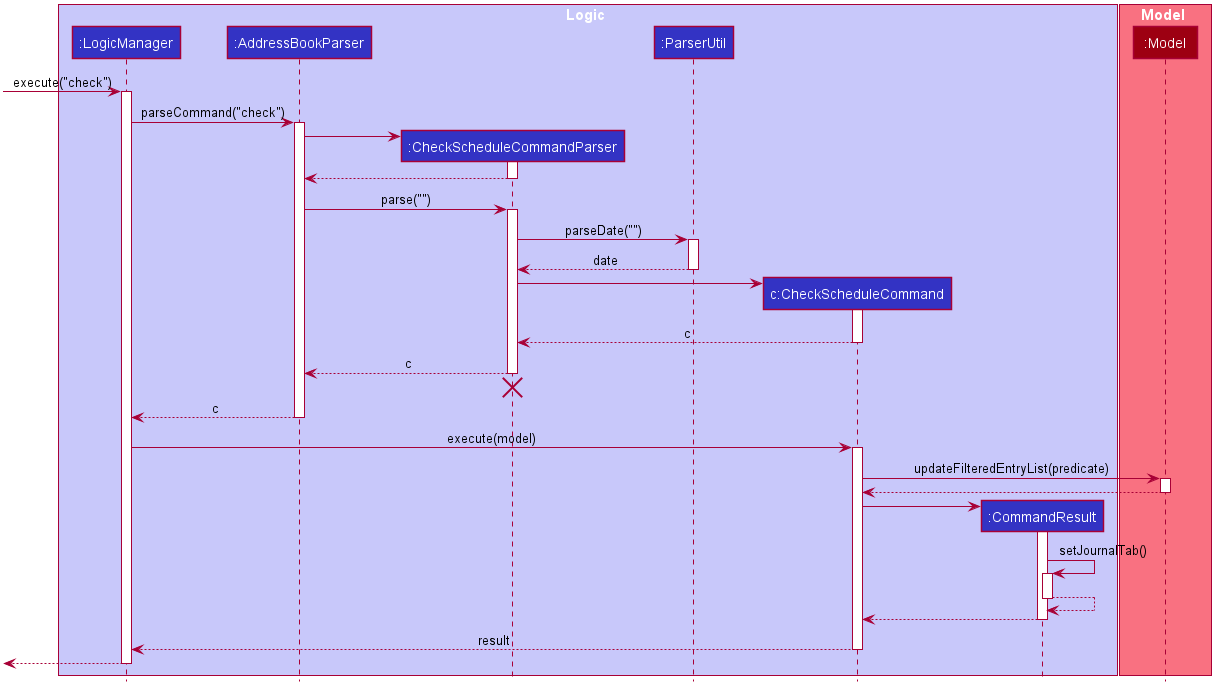
The PlantUML diagram docs/images/CheckScheduleSequenceDiagram.png in zhXchD/tp, before a commit. Its diagram source:
```plantuml
@startuml








skinparam BackgroundColor #FFFFFFF

skinparam Shadowing false

skinparam Class {
    FontColor #FFFFFF
    BorderThickness 1
    BorderColor #FFFFFF
    StereotypeFontColor #FFFFFF
    FontName Arial
}

skinparam Actor {
    BorderColor #000000
    Color #000000
    FontName Arial
}

skinparam Sequence {
    MessageAlign center
    BoxFontSize 15
    BoxPadding 0
    BoxFontColor #FFFFFF
    FontName Arial
}

skinparam Participant {
    FontColor #FFFFFFF
    Padding 20
}

skinparam MinClassWidth 50
skinparam ParticipantPadding 10
skinparam Shadowing false
skinparam DefaultTextAlignment center
skinparam packageStyle Rectangle

hide footbox
hide members
hide circle

box Logic #C8C8FA
participant ":LogicManager" as LogicManager #3333C4
participant ":AddressBookParser" as AddressBookParser #3333C4
participant ":CheckScheduleCommandParser" as CheckScheduleCommandParser #3333C4
participant ":ParserUtil" as ParserUtil #3333C4
participant "c:CheckScheduleCommand" as CheckScheduleCommand #3333C4
participant ":CommandResult" as CommandResult #3333C4
end box

box Model #F97181
participant ":Model" as Model #9D0012
end box

[-> LogicManager : execute("check")
activate LogicManager

LogicManager -> AddressBookParser : parseCommand("check")
activate AddressBookParser

create CheckScheduleCommandParser
AddressBookParser -> CheckScheduleCommandParser
activate CheckScheduleCommandParser

CheckScheduleCommandParser --> AddressBookParser
deactivate CheckScheduleCommandParser

AddressBookParser -> CheckScheduleCommandParser : parse("")
activate CheckScheduleCommandParser

CheckScheduleCommandParser -> ParserUtil : parseDate("")
activate ParserUtil

ParserUtil --> CheckScheduleCommandParser : date
deactivate ParserUtil

create CheckScheduleCommand
CheckScheduleCommandParser -> CheckScheduleCommand
activate CheckScheduleCommand

CheckScheduleCommand --> CheckScheduleCommandParser : c
deactivate CheckScheduleCommand

CheckScheduleCommandParser --> AddressBookParser : c
deactivate CheckScheduleCommandParser
CheckScheduleCommandParser -[hidden]-> AddressBookParser
destroy CheckScheduleCommandParser

AddressBookParser --> LogicManager : c
deactivate AddressBookParser

LogicManager -> CheckScheduleCommand : execute(model)
activate CheckScheduleCommand

CheckScheduleCommand -> Model : updateFilteredEntryList(predicate)
activate Model

Model --> CheckScheduleCommand
deactivate Model

create CommandResult
CheckScheduleCommand -> CommandResult
activate CommandResult

CommandResult -> CommandResult : setJournalTab()
activate CommandResult

CommandResult --> CommandResult
deactivate CommandResult

CommandResult --> CheckScheduleCommand
deactivate CommandResult

CheckScheduleCommand --> LogicManager : result
deactivate CheckScheduleCommand

[<--LogicManager
deactivate LogicManager
@enduml
```
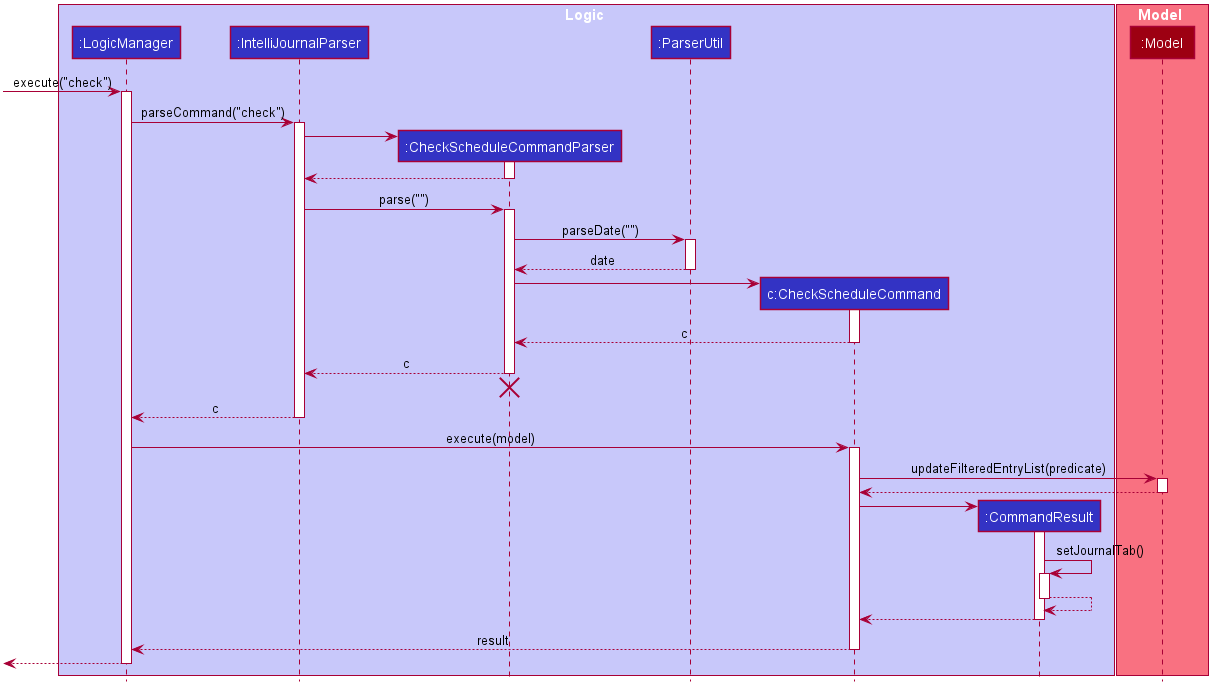
The same diagram one commit later.

Diff of the diagram source:
```diff
@@ -50,7 +50,7 @@
 
 box Logic #C8C8FA
 participant ":LogicManager" as LogicManager #3333C4
-participant ":AddressBookParser" as AddressBookParser #3333C4
+participant ":IntelliJournalParser" as IntelliJournalParser #3333C4
 participant ":CheckScheduleCommandParser" as CheckScheduleCommandParser #3333C4
 participant ":ParserUtil" as ParserUtil #3333C4
 participant "c:CheckScheduleCommand" as CheckScheduleCommand #3333C4
@@ -64,17 +64,17 @@
 [-> LogicManager : execute("check")
 activate LogicManager
 
-LogicManager -> AddressBookParser : parseCommand("check")
-activate AddressBookParser
+LogicManager -> IntelliJournalParser : parseCommand("check")
+activate IntelliJournalParser
 
 create CheckScheduleCommandParser
-AddressBookParser -> CheckScheduleCommandParser
+IntelliJournalParser -> CheckScheduleCommandParser
 activate CheckScheduleCommandParser
 
-CheckScheduleCommandParser --> AddressBookParser
+CheckScheduleCommandParser --> IntelliJournalParser
 deactivate CheckScheduleCommandParser
 
-AddressBookParser -> CheckScheduleCommandParser : parse("")
+IntelliJournalParser -> CheckScheduleCommandParser : parse("")
 activate CheckScheduleCommandParser
 
 CheckScheduleCommandParser -> ParserUtil : parseDate("")
@@ -90,13 +90,13 @@
 CheckScheduleCommand --> CheckScheduleCommandParser : c
 deactivate CheckScheduleCommand
 
-CheckScheduleCommandParser --> AddressBookParser : c
+CheckScheduleCommandParser --> IntelliJournalParser : c
 deactivate CheckScheduleCommandParser
-CheckScheduleCommandParser -[hidden]-> AddressBookParser
+CheckScheduleCommandParser -[hidden]-> IntelliJournalParser
 destroy CheckScheduleCommandParser
 
-AddressBookParser --> LogicManager : c
-deactivate AddressBookParser
+IntelliJournalParser --> LogicManager : c
+deactivate IntelliJournalParser
 
 LogicManager -> CheckScheduleCommand : execute(model)
 activate CheckScheduleCommand
```
